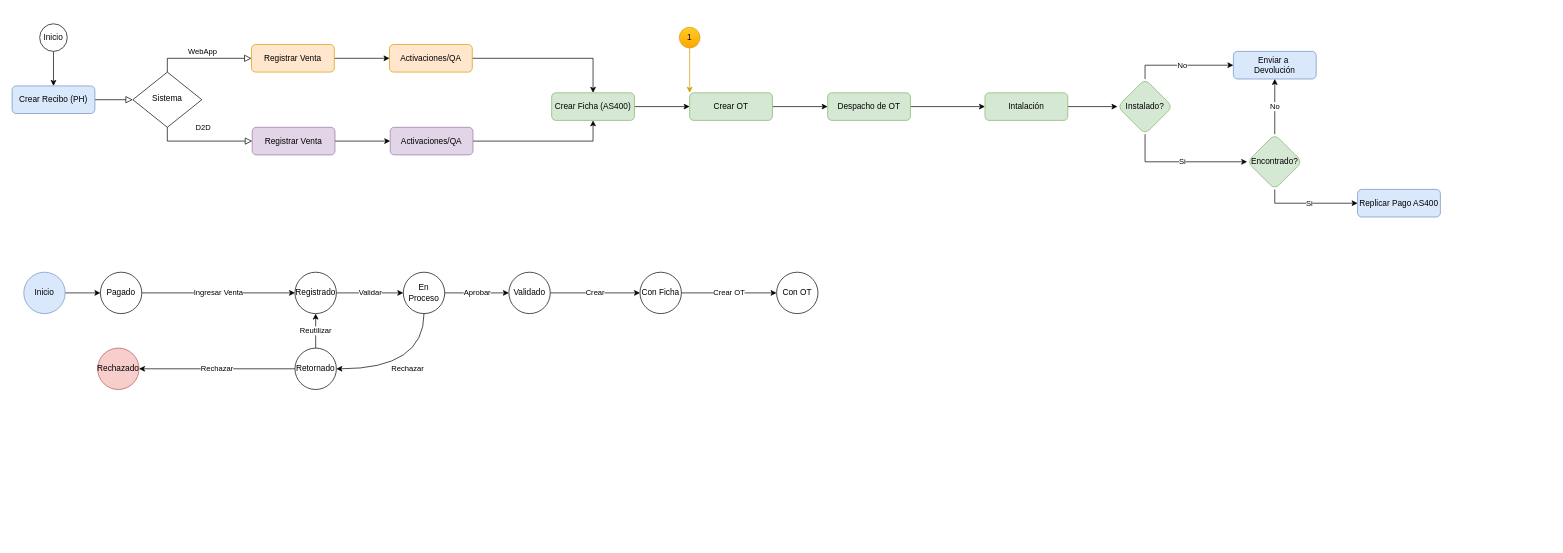
The draw.io diagram Diagrama sin título.drawio in prtigofn/Dev2.0, before the edit. Source tidied: cells renumbered, new cells numbered last; positions are measured from the earlier drawing's top-left corner, leaving out a move shared by most shapes. Both pictures are drawn from the tidied source at 69%, with x=0, y=0 at pixel (12, 23). Pictures stored in the file or linked from it are replaced by grey dashed boxes.
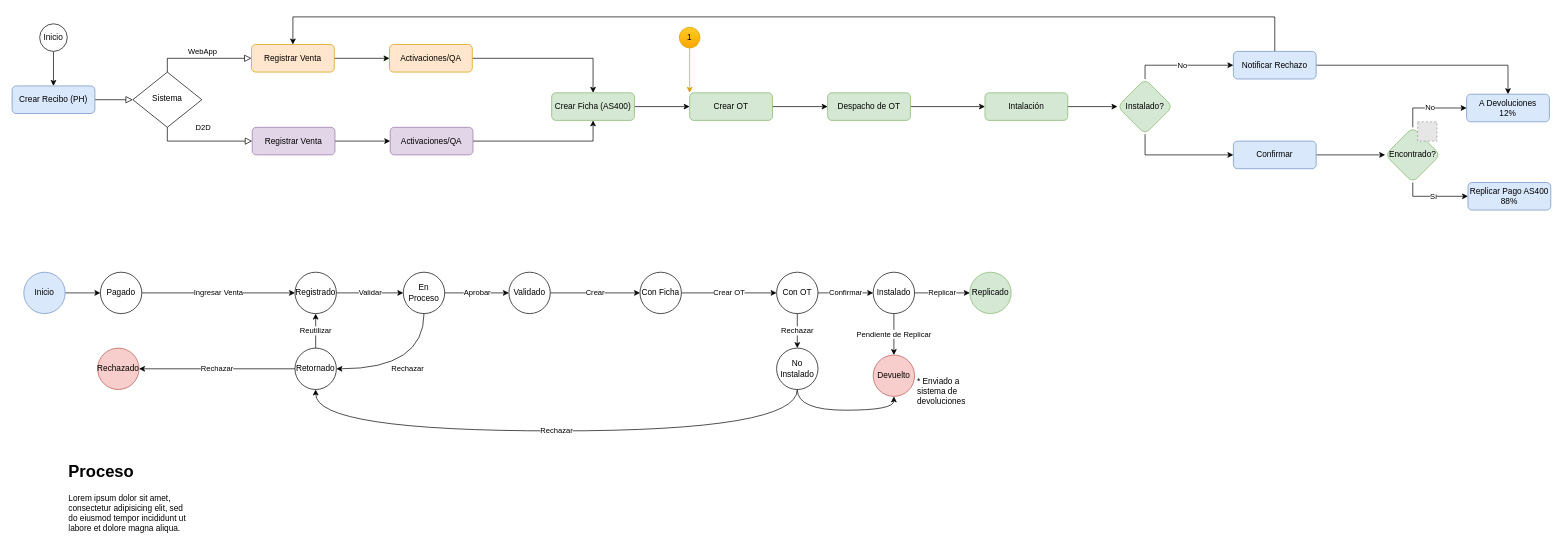
The same page after the edit.

The change refers to these unchanged cells:
```xml
<mxCell id="8" value="Registrar Venta" style="rounded=1;whiteSpace=wrap;html=1;fontSize=12;glass=0;strokeWidth=1;shadow=0;fillColor=#ffe6cc;strokeColor=#d79b00;" parent="1" vertex="1">
  <mxGeometry x="347" y="30" width="120" height="40" as="geometry" />
</mxCell>
<mxCell id="30" value="Retornado" style="ellipse;whiteSpace=wrap;html=1;" parent="1" vertex="1">
  <mxGeometry x="410" y="470" width="60" height="60" as="geometry" />
</mxCell>
<mxCell id="38" value="Con OT" style="ellipse;whiteSpace=wrap;html=1;" parent="1" vertex="1">
  <mxGeometry x="1108" y="360" width="60" height="60" as="geometry" />
</mxCell>
<mxCell id="45" value="Instalado?" style="rhombus;whiteSpace=wrap;html=1;fillColor=#d5e8d4;strokeColor=#82b366;rounded=1;glass=0;strokeWidth=1;shadow=0;" parent="1" vertex="1">
  <mxGeometry x="1602" y="80" width="80" height="80" as="geometry" />
</mxCell>
```

Change to the diagram source:
```diff
@@
+    <mxCell id="53" value="Confirmar" style="edgeStyle=orthogonalEdgeStyle;rounded=0;jettySize=auto;html=1;" parent="1" edge="1" source="38" target="64">
+      <mxGeometry relative="1" as="geometry" />
+    </mxCell>
+    <mxCell id="54" value="Rechazar" style="edgeStyle=orthogonalEdgeStyle;rounded=0;jettySize=auto;html=1;" parent="1" edge="1" source="38" target="67">
+      <mxGeometry relative="1" as="geometry" />
+    </mxCell>
@@
-    <mxCell id="44" value="Si" style="edgeStyle=orthogonalEdgeStyle;rounded=0;jettySize=auto;html=1;exitX=0.5;exitY=1;exitDx=0;exitDy=0;" parent="1" edge="1" source="45" target="52">
-      <mxGeometry relative="1" as="geometry" />
-    </mxCell>
+    <mxCell id="55" style="edgeStyle=orthogonalEdgeStyle;rounded=0;jettySize=auto;html=1;entryX=0;entryY=0.5;entryDx=0;entryDy=0;exitX=0.5;exitY=1;exitDx=0;exitDy=0;" parent="1" edge="1" source="45" target="59">
+      <mxGeometry relative="1" as="geometry" />
+    </mxCell>
@@
+    <mxCell id="56" style="edgeStyle=orthogonalEdgeStyle;rounded=0;jettySize=auto;html=1;entryX=0.5;entryY=0;entryDx=0;entryDy=0;exitX=0.5;exitY=0;exitDx=0;exitDy=0;" parent="1" edge="1" source="48" target="8">
+      <mxGeometry relative="1" as="geometry">
+        <Array as="points">
+          <mxPoint x="1830" y="-10" />
+          <mxPoint x="407" y="-10" />
+        </Array>
+      </mxGeometry>
+    </mxCell>
+    <mxCell id="57" style="edgeStyle=orthogonalEdgeStyle;rounded=0;jettySize=auto;html=1;entryX=0.5;entryY=0;entryDx=0;entryDy=0;" parent="1" edge="1" source="48" target="60">
+      <mxGeometry relative="1" as="geometry" />
+    </mxCell>
-    <mxCell id="48" value="Enviar a&amp;nbsp;&lt;br&gt;Devolución" style="whiteSpace=wrap;html=1;fillColor=#dae8fc;strokeColor=#6c8ebf;rounded=1;glass=0;strokeWidth=1;shadow=0;" parent="1" vertex="1">
+    <mxCell id="48" value="Notificar Rechazo" style="whiteSpace=wrap;html=1;fillColor=#dae8fc;strokeColor=#6c8ebf;rounded=1;glass=0;strokeWidth=1;shadow=0;" parent="1" vertex="1">
       <mxGeometry x="1770" y="40" width="120" height="40" as="geometry" />
     </mxCell>
-    <mxCell id="49" value="Replicar Pago AS400" style="whiteSpace=wrap;html=1;fillColor=#dae8fc;strokeColor=#6c8ebf;rounded=1;glass=0;strokeWidth=1;shadow=0;" parent="1" vertex="1">
-      <mxGeometry x="1950" y="240" width="120" height="40" as="geometry" />
+    <mxCell id="49" value="Replicar Pago AS400&lt;br&gt;88%" style="whiteSpace=wrap;html=1;fillColor=#dae8fc;strokeColor=#6c8ebf;rounded=1;glass=0;strokeWidth=1;shadow=0;" parent="1" vertex="1">
+      <mxGeometry x="2110" y="230" width="120" height="40" as="geometry" />
     </mxCell>
-    <mxCell id="50" value="Si" style="edgeStyle=orthogonalEdgeStyle;rounded=0;jettySize=auto;html=1;exitX=0.5;exitY=1;exitDx=0;exitDy=0;" parent="1" edge="1" source="52" target="49">
+    <mxCell id="50" value="Si" style="edgeStyle=orthogonalEdgeStyle;rounded=0;jettySize=auto;html=1;exitX=0.5;exitY=1;exitDx=0;exitDy=0;entryX=0;entryY=0.5;entryDx=0;entryDy=0;" parent="1" edge="1" source="52" target="49">
       <mxGeometry relative="1" as="geometry" />
     </mxCell>
-    <mxCell id="51" value="No" style="edgeStyle=orthogonalEdgeStyle;rounded=0;jettySize=auto;html=1;exitX=0.5;exitY=0;exitDx=0;exitDy=0;" parent="1" edge="1" source="52" target="48">
+    <mxCell id="51" value="No" style="edgeStyle=orthogonalEdgeStyle;rounded=0;jettySize=auto;html=1;entryX=0;entryY=0.5;entryDx=0;entryDy=0;exitX=0.5;exitY=0;exitDx=0;exitDy=0;" parent="1" edge="1" source="52" target="60">
       <mxGeometry relative="1" as="geometry" />
     </mxCell>
     <mxCell id="52" value="Encontrado?" style="rhombus;whiteSpace=wrap;html=1;fillColor=#d5e8d4;strokeColor=#82b366;rounded=1;glass=0;strokeWidth=1;shadow=0;" parent="1" vertex="1">
-      <mxGeometry x="1790" y="160" width="80" height="80" as="geometry" />
+      <mxGeometry x="1990" y="150" width="80" height="80" as="geometry" />
     </mxCell>
+    <mxCell id="58" style="edgeStyle=orthogonalEdgeStyle;rounded=0;jettySize=auto;html=1;entryX=0;entryY=0.5;entryDx=0;entryDy=0;" parent="1" edge="1" source="59" target="52">
+      <mxGeometry relative="1" as="geometry" />
+    </mxCell>
+    <mxCell id="59" value="Confirmar" style="whiteSpace=wrap;html=1;fillColor=#dae8fc;strokeColor=#6c8ebf;rounded=1;glass=0;strokeWidth=1;shadow=0;" parent="1" vertex="1">
+      <mxGeometry x="1770" y="170" width="120" height="40" as="geometry" />
+    </mxCell>
+    <mxCell id="60" value="A Devoluciones&lt;br&gt;12%" style="whiteSpace=wrap;html=1;fillColor=#dae8fc;strokeColor=#6c8ebf;rounded=1;glass=0;strokeWidth=1;shadow=0;" parent="1" vertex="1">
+      <mxGeometry x="2108" y="102" width="120" height="40" as="geometry" />
+    </mxCell>
+    <mxCell id="61" style="fillColor=#E6E6E6;strokeColor=#999999;dashed=1;html=1;verticalAlign=top;verticalLabelPosition=bottom;labelBackgroundColor=#ffffff;" parent="1" vertex="1">
+      <mxGeometry x="2037" y="142" width="28" height="28" as="geometry" />
+    </mxCell>
+    <mxCell id="62" value="Replicar" style="edgeStyle=orthogonalEdgeStyle;rounded=0;jettySize=auto;html=1;" parent="1" edge="1" source="64" target="68">
+      <mxGeometry relative="1" as="geometry" />
+    </mxCell>
+    <mxCell id="63" value="Pendiente de Replicar" style="edgeStyle=orthogonalEdgeStyle;rounded=0;jettySize=auto;html=1;" parent="1" edge="1" source="64" target="69">
+      <mxGeometry relative="1" as="geometry" />
+    </mxCell>
+    <mxCell id="64" value="Instalado" style="ellipse;whiteSpace=wrap;html=1;" parent="1" vertex="1">
+      <mxGeometry x="1248" y="360" width="60" height="60" as="geometry" />
+    </mxCell>
+    <mxCell id="65" value="Rechazar" style="edgeStyle=orthogonalEdgeStyle;rounded=0;jettySize=auto;html=1;entryX=0.5;entryY=1;entryDx=0;entryDy=0;curved=1;exitX=0.5;exitY=1;exitDx=0;exitDy=0;" parent="1" edge="1" source="67" target="30">
+      <mxGeometry relative="1" as="geometry">
+        <Array as="points">
+          <mxPoint x="1138" y="590" />
+          <mxPoint x="440" y="590" />
+        </Array>
+      </mxGeometry>
+    </mxCell>
+    <mxCell id="66" style="edgeStyle=orthogonalEdgeStyle;rounded=0;jettySize=auto;html=1;entryX=0.5;entryY=1;entryDx=0;entryDy=0;curved=1;exitX=0.5;exitY=1;exitDx=0;exitDy=0;" parent="1" edge="1" source="67" target="69">
+      <mxGeometry relative="1" as="geometry" />
+    </mxCell>
+    <mxCell id="67" value="No Instalado" style="ellipse;whiteSpace=wrap;html=1;" parent="1" vertex="1">
+      <mxGeometry x="1108" y="470" width="60" height="60" as="geometry" />
+    </mxCell>
+    <mxCell id="68" value="Replicado" style="ellipse;whiteSpace=wrap;html=1;fillColor=#d5e8d4;strokeColor=#82b366;" parent="1" vertex="1">
+      <mxGeometry x="1388" y="360" width="60" height="60" as="geometry" />
+    </mxCell>
+    <mxCell id="69" value="Devuelto" style="ellipse;whiteSpace=wrap;html=1;fillColor=#f8cecc;strokeColor=#b85450;" parent="1" vertex="1">
+      <mxGeometry x="1248" y="480" width="60" height="60" as="geometry" />
+    </mxCell>
+    <mxCell id="70" value="&lt;h1&gt;Proceso&lt;/h1&gt;&lt;p&gt;Lorem ipsum dolor sit amet, consectetur adipisicing elit, sed do eiusmod tempor incididunt ut labore et dolore magna aliqua.&lt;/p&gt;" style="text;html=1;strokeColor=none;fillColor=none;spacing=5;spacingTop=-20;whiteSpace=wrap;overflow=hidden;rounded=0;" parent="1" vertex="1">
+      <mxGeometry x="77" y="630" width="190" height="120" as="geometry" />
+    </mxCell>
+    <mxCell id="71" value="* Enviado a sistema de devoluciones" style="text;html=1;strokeColor=none;fillColor=none;align=left;verticalAlign=middle;whiteSpace=wrap;rounded=0;" parent="1" vertex="1">
+      <mxGeometry x="1310" y="510" width="90" height="45" as="geometry" />
+    </mxCell>
```
